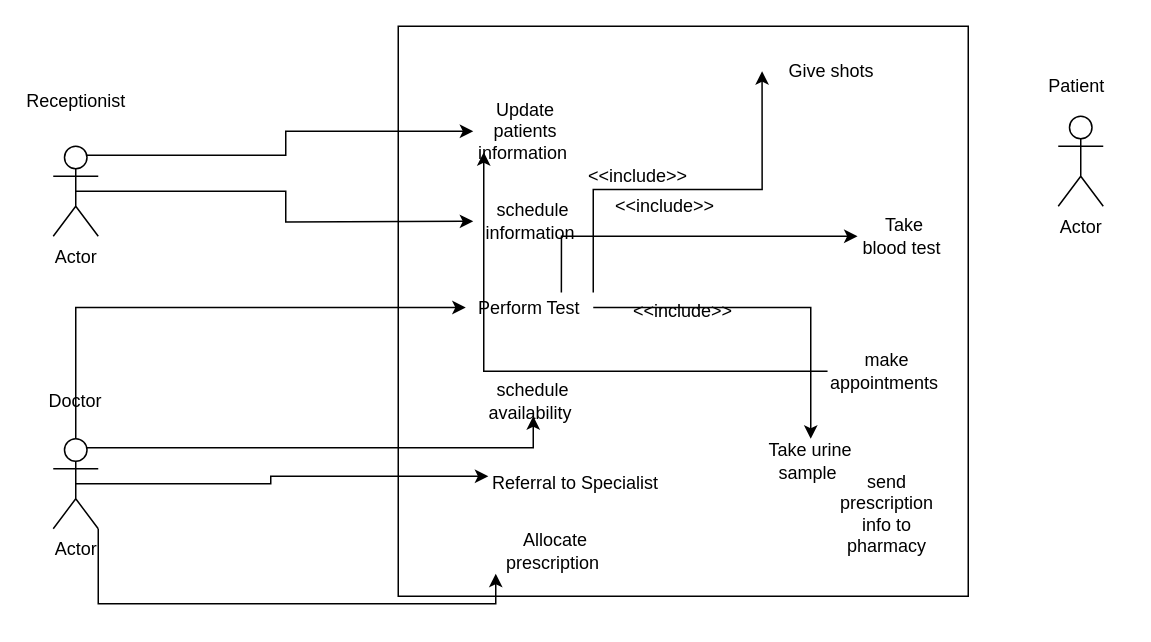
Before: Untitled Diagram.drawio in yas-mn/guess-the-number, a draw.io diagram. Source tidied: cells renumbered, new cells numbered last; positions are measured from the earlier drawing's top-left corner, leaving out a move shared by most shapes. Both pictures are drawn from the tidied source at 150%, with x=0, y=0 at pixel (26, 26).
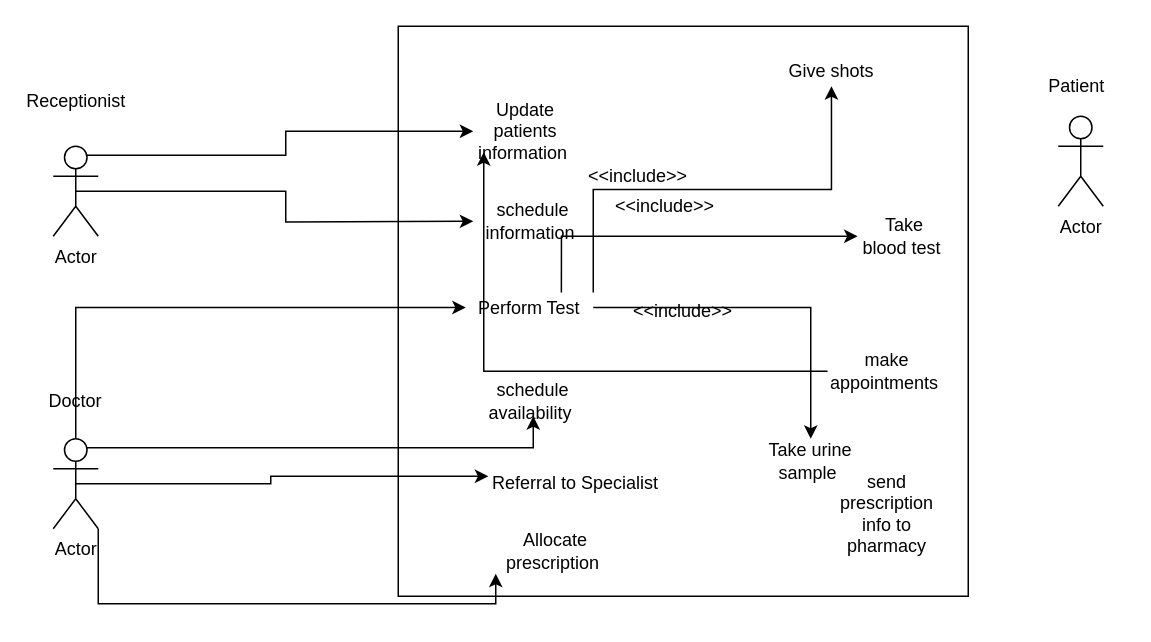
The same page after the edit.

Unchanged cells that the change refers to:
```xml
<mxCell id="4" value="Give shots" style="text;html=1;strokeColor=none;fillColor=none;align=center;verticalAlign=middle;whiteSpace=wrap;rounded=0;" parent="1" vertex="1">
  <mxGeometry x="468" y="20" width="137.5" height="20" as="geometry" />
</mxCell>
<mxCell id="28" value="Perform Test" style="text;html=1;strokeColor=none;fillColor=none;align=center;verticalAlign=middle;whiteSpace=wrap;rounded=0;" parent="1" vertex="1">
  <mxGeometry x="293" y="177.5" width="85" height="20" as="geometry" />
</mxCell>
```

The edit, as a diff of the source:
```diff
@@
-    <mxCell id="27" style="edgeStyle=orthogonalEdgeStyle;rounded=0;jettySize=auto;html=1;exitX=1;exitY=0;exitDx=0;exitDy=0;entryX=0.164;entryY=0.5;entryDx=0;entryDy=0;entryPerimeter=0;" parent="1" edge="1" source="28" target="4">
+    <mxCell id="27" style="edgeStyle=orthogonalEdgeStyle;rounded=0;jettySize=auto;html=1;exitX=1;exitY=0;exitDx=0;exitDy=0;" parent="1" edge="1" source="28" target="4">
       <mxGeometry relative="1" as="geometry" />
     </mxCell>
```
